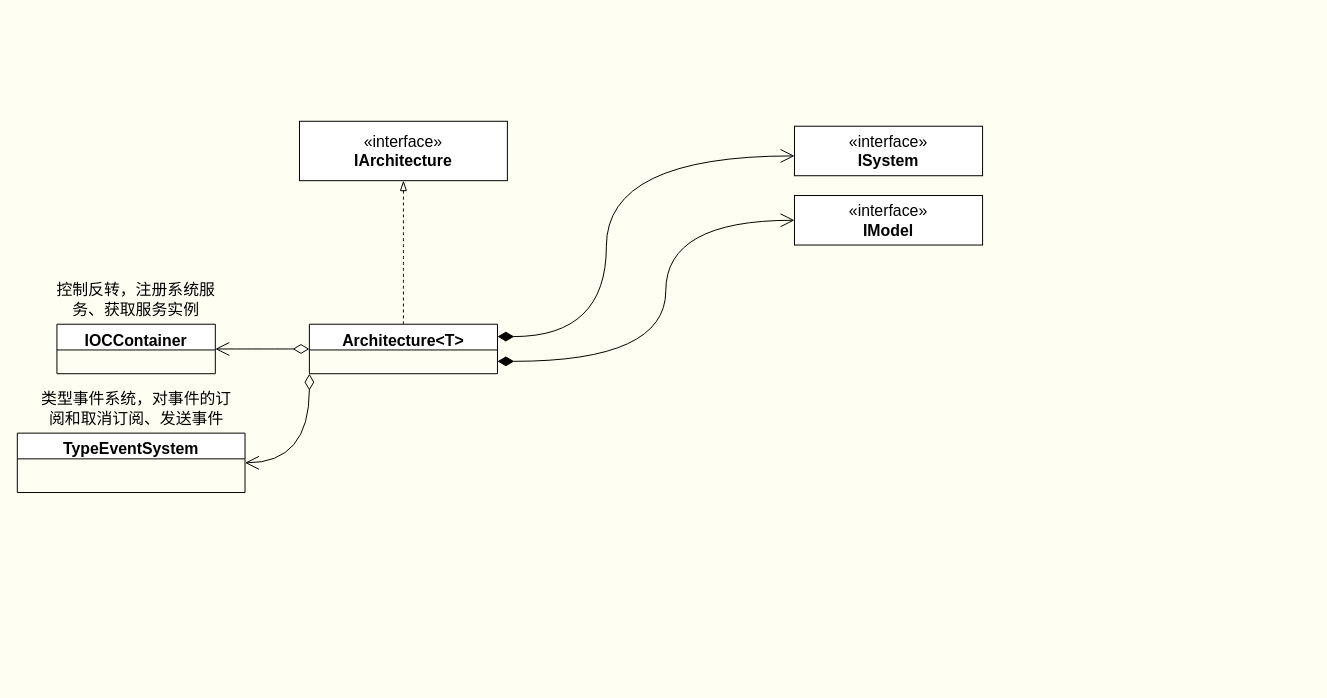
The draw.io diagram QFramework.drawio in GameCater/DrawIO, before the edit. Source tidied: cells renumbered, new cells numbered last; positions are measured from the earlier drawing's top-left corner, leaving out a move shared by most shapes. Both pictures are drawn from the tidied source at 99%, with x=0, y=0 at pixel (17, 121).
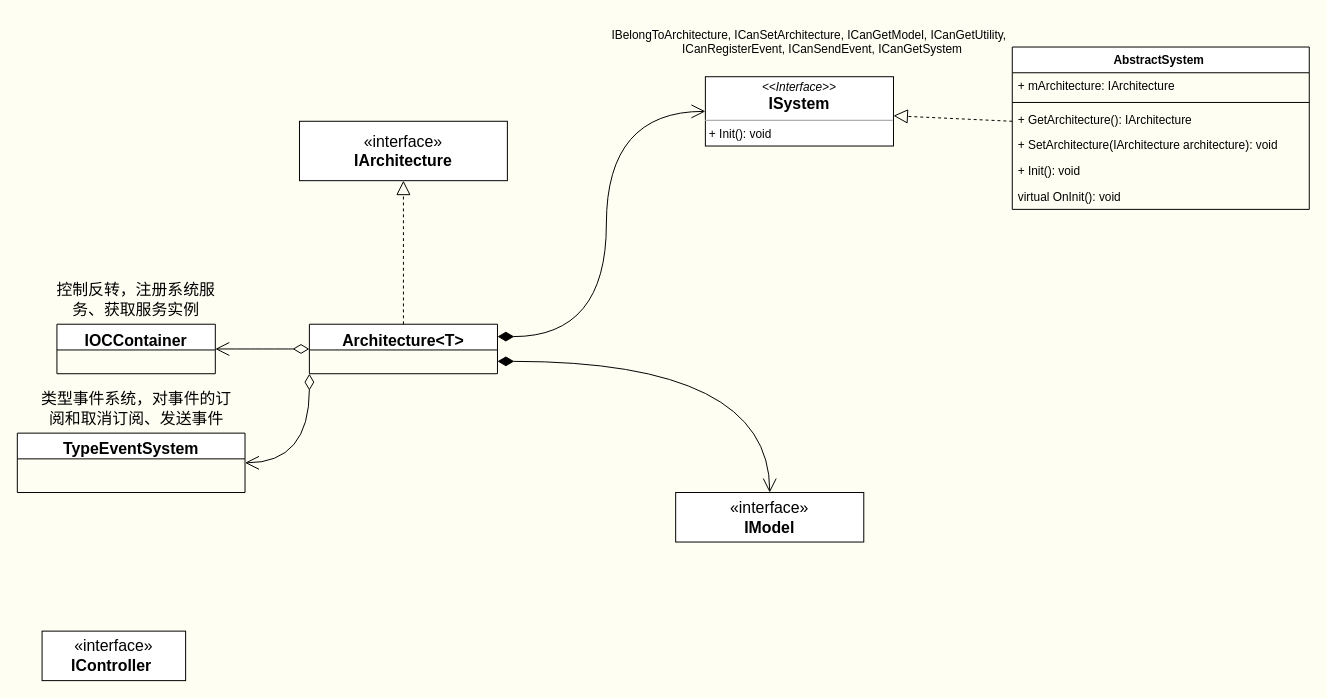
After the change.

The change refers to these unchanged cells:
```xml
<mxCell id="2" value="«interface»&lt;br&gt;&lt;b&gt;IArchitecture&lt;/b&gt;" style="html=1;whiteSpace=wrap;fontSize=16;" parent="1" vertex="1">
  <mxGeometry x="285" width="210" height="60" as="geometry" />
</mxCell>
<mxCell id="4" value="Architecture&amp;lt;T&amp;gt;" style="swimlane;fontStyle=1;align=center;verticalAlign=top;horizontal=1;startSize=26;whiteSpace=wrap;html=1;fontSize=16;" parent="1" vertex="1">
  <mxGeometry x="295" y="205" width="190" height="50" as="geometry" />
</mxCell>
```

Change to the diagram source:
```diff
@@
-    <mxCell id="3" style="edgeStyle=none;curved=1;rounded=0;jettySize=auto;html=1;fontSize=12;startSize=8;endSize=8;dashed=1;endArrow=blockThin;endFill=0;" parent="1" edge="1" source="4" target="2">
-      <mxGeometry relative="1" as="geometry" />
-    </mxCell>
@@
-    <mxCell id="5" value="«interface»&lt;br&gt;&lt;b&gt;ISystem&lt;/b&gt;" style="html=1;whiteSpace=wrap;fontSize=16;" parent="1" vertex="1">
-      <mxGeometry x="785" y="5" width="190" height="50" as="geometry" />
-    </mxCell>
     <mxCell id="6" value="«interface»&lt;br&gt;&lt;b&gt;IModel&lt;/b&gt;" style="html=1;whiteSpace=wrap;fontSize=16;" parent="1" vertex="1">
-      <mxGeometry x="785" y="75" width="190" height="50" as="geometry" />
+      <mxGeometry x="665" y="375" width="190" height="50" as="geometry" />
     </mxCell>
@@
-    <mxCell id="8" style="endArrow=open;html=1;endSize=12;startArrow=diamondThin;startSize=14;startFill=1;edgeStyle=orthogonalEdgeStyle;align=left;verticalAlign=bottom;rounded=0;fontSize=12;curved=1;exitX=1;exitY=0.25;exitDx=0;exitDy=0;" parent="1" edge="1" source="4" target="5">
+    <mxCell id="8" style="endArrow=open;html=1;endSize=12;startArrow=diamondThin;startSize=14;startFill=1;edgeStyle=orthogonalEdgeStyle;align=left;verticalAlign=bottom;rounded=0;fontSize=12;curved=1;exitX=1;exitY=0.25;exitDx=0;exitDy=0;" parent="1" edge="1" source="4" target="18">
       <mxGeometry x="-0.88" y="20" relative="1" as="geometry">
         <Array as="points">
           <mxPoint x="595" y="218" />
-          <mxPoint x="595" y="35" />
+          <mxPoint x="595" y="-10" />
         </Array>
       </mxGeometry>
     </mxCell>
     <mxCell id="9" style="endArrow=open;html=1;endSize=12;startArrow=diamondThin;startSize=14;startFill=1;edgeStyle=orthogonalEdgeStyle;align=left;verticalAlign=bottom;rounded=0;fontSize=12;curved=1;exitX=1;exitY=0.75;exitDx=0;exitDy=0;" parent="1" edge="1" source="4" target="6">
       <mxGeometry x="-0.88" y="20" relative="1" as="geometry">
         <Array as="points">
-          <mxPoint x="655" y="243" />
-          <mxPoint x="655" y="100" />
+          <mxPoint x="760" y="243" />
         </Array>
       </mxGeometry>
     </mxCell>
@@
+    <mxCell id="16" value="«interface»&lt;br&gt;&lt;b&gt;IController&amp;nbsp;&lt;/b&gt;" style="html=1;whiteSpace=wrap;fontSize=16;" parent="1" vertex="1">
+      <mxGeometry x="25" y="515" width="145" height="50" as="geometry" />
+    </mxCell>
+    <mxCell id="17" value="&lt;div&gt;IBelongToArchitecture, ICanSetArchitecture, ICanGetModel, ICanGetUtility,&lt;/div&gt;&lt;div&gt;&amp;nbsp; &amp;nbsp; &amp;nbsp; &amp;nbsp; ICanRegisterEvent, ICanSendEvent, ICanGetSystem&lt;/div&gt;" style="text;html=1;strokeColor=none;fillColor=none;align=center;verticalAlign=middle;whiteSpace=wrap;rounded=0;" parent="1" vertex="1">
+      <mxGeometry x="575" y="-105" width="450" height="50" as="geometry" />
+    </mxCell>
+    <mxCell id="18" value="&lt;p style=&quot;margin:0px;margin-top:4px;text-align:center;&quot;&gt;&lt;i&gt;&amp;lt;&amp;lt;Interface&amp;gt;&amp;gt;&lt;/i&gt;&lt;br&gt;&lt;b style=&quot;border-color: var(--border-color); font-size: 16px;&quot;&gt;ISystem&lt;/b&gt;&lt;br&gt;&lt;/p&gt;&lt;hr size=&quot;1&quot;&gt;&lt;p style=&quot;margin:0px;margin-left:4px;&quot;&gt;&lt;/p&gt;&lt;p style=&quot;margin:0px;margin-left:4px;&quot;&gt;+ Init(): void&lt;br&gt;&lt;/p&gt;" style="verticalAlign=top;align=left;overflow=fill;fontSize=12;fontFamily=Helvetica;html=1;whiteSpace=wrap;" parent="1" vertex="1">
+      <mxGeometry x="695" y="-45" width="190" height="70" as="geometry" />
+    </mxCell>
+    <mxCell id="19" value="AbstractSystem&amp;nbsp;" style="swimlane;fontStyle=1;align=center;verticalAlign=top;horizontal=1;startSize=26;whiteSpace=wrap;html=1;" parent="1" vertex="1">
+      <mxGeometry x="1005" y="-75" width="300" height="164" as="geometry" />
+    </mxCell>
+    <mxCell id="20" value="+ mArchitecture: IArchitecture" style="text;strokeColor=none;fillColor=none;align=left;verticalAlign=top;spacingLeft=4;spacingRight=4;overflow=hidden;whiteSpace=wrap;html=1;" parent="19" vertex="1">
+      <mxGeometry y="26" width="300" height="26" as="geometry" />
+    </mxCell>
+    <mxCell id="21" style="line;strokeWidth=1;fillColor=none;align=left;verticalAlign=middle;spacingTop=-1;spacingLeft=3;spacingRight=3;labelPosition=right;strokeColor=inherit;" parent="19" vertex="1">
+      <mxGeometry y="52" width="300" height="8" as="geometry" />
+    </mxCell>
+    <mxCell id="22" value="+ GetArchitecture(): IArchitecture" style="text;strokeColor=none;fillColor=none;align=left;verticalAlign=top;spacingLeft=4;spacingRight=4;overflow=hidden;whiteSpace=wrap;html=1;" parent="19" vertex="1">
+      <mxGeometry y="60" width="300" height="26" as="geometry" />
+    </mxCell>
+    <mxCell id="23" value="+ SetArchitecture(IArchitecture architecture): void" style="text;strokeColor=none;fillColor=none;align=left;verticalAlign=top;spacingLeft=4;spacingRight=4;overflow=hidden;whiteSpace=wrap;html=1;" parent="19" vertex="1">
+      <mxGeometry y="86" width="300" height="26" as="geometry" />
+    </mxCell>
+    <mxCell id="24" value="+ Init(): void" style="text;strokeColor=none;fillColor=none;align=left;verticalAlign=top;spacingLeft=4;spacingRight=4;overflow=hidden;whiteSpace=wrap;html=1;" parent="19" vertex="1">
+      <mxGeometry y="112" width="300" height="26" as="geometry" />
+    </mxCell>
+    <mxCell id="25" value="virtual OnInit(): void" style="text;strokeColor=none;fillColor=none;align=left;verticalAlign=top;spacingLeft=4;spacingRight=4;overflow=hidden;whiteSpace=wrap;html=1;" parent="19" vertex="1">
+      <mxGeometry y="138" width="300" height="26" as="geometry" />
+    </mxCell>
+    <mxCell id="26" style="endArrow=block;dashed=1;endFill=0;endSize=12;html=1;rounded=0;" parent="1" edge="1" source="19" target="18">
+      <mxGeometry relative="1" as="geometry" />
+    </mxCell>
+    <mxCell id="3" style="endArrow=block;dashed=1;endFill=0;endSize=12;html=1;rounded=0;" parent="1" edge="1" source="4" target="2">
+      <mxGeometry relative="1" as="geometry" />
+    </mxCell>
```
